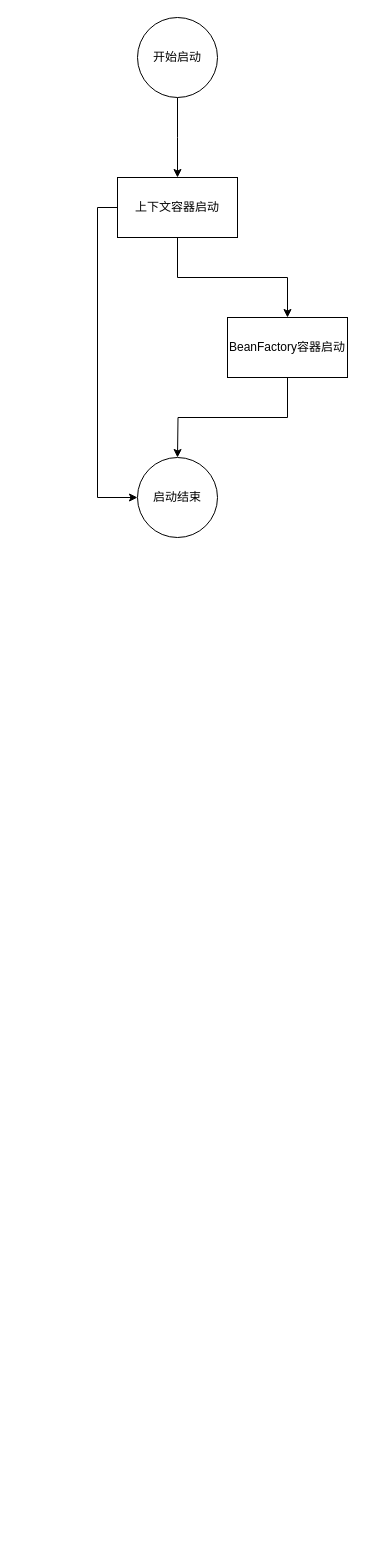
QQ1350995917/gitbook keeps this draw.io diagram as spring/drawio/spring-ioc.drawio. Above is the earlier version. Source tidied: cells renumbered, new cells numbered last; positions are measured from the earlier drawing's top-left corner, leaving out a move shared by most shapes. Both pictures are drawn from the tidied source at 100%, with x=0, y=0 at pixel (117, 17).
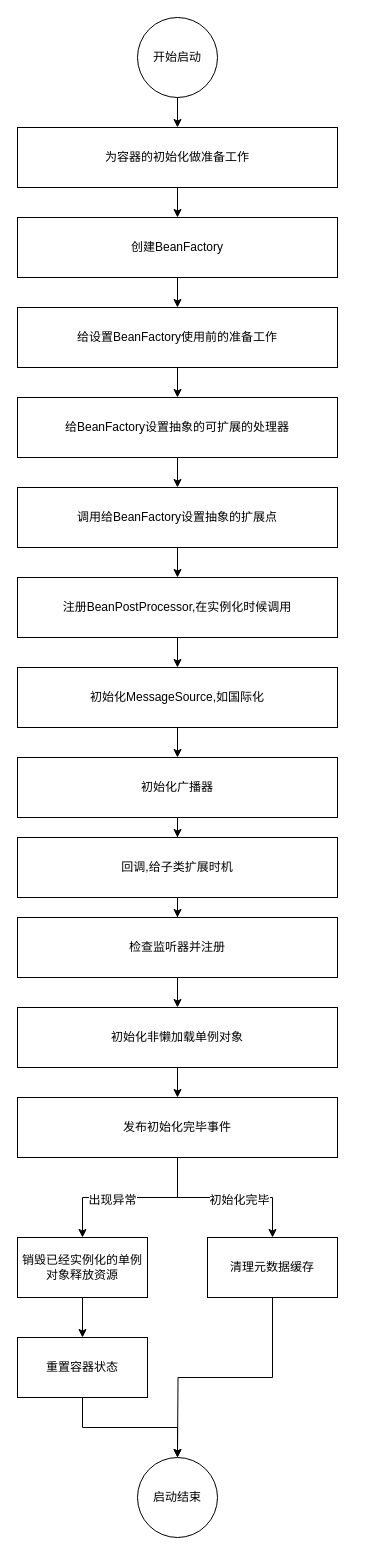
The same page after the edit.

Commit message (it also covers changes not shown here):
Track 2 files into repository.

- modified spring/drawio/spring-ioc.drawio
- untracked spring/images/spring-ioc-starter.jpg

Auto commit by GitBook Editor

The change refers to these unchanged cells:
```xml
<mxCell id="3" value="开始启动" style="ellipse;whiteSpace=wrap;html=1;fontSize=12;" parent="1" vertex="1">
  <mxGeometry x="20" width="80" height="80" as="geometry" />
</mxCell>
```

Diff of the diagram source:
```diff
@@
-    <mxCell id="2" style="edgeStyle=orthogonalEdgeStyle;rounded=0;html=1;jettySize=auto;fontSize=12;" parent="1" edge="1" source="3">
-      <mxGeometry relative="1" as="geometry">
-        <mxPoint x="60" y="160" as="targetPoint" />
-      </mxGeometry>
-    </mxCell>
@@
-    <mxCell id="4" style="edgeStyle=orthogonalEdgeStyle;rounded=0;html=1;jettySize=auto;fontSize=12;" parent="1" edge="1" source="6" target="8">
-      <mxGeometry relative="1" as="geometry" />
-    </mxCell>
-    <mxCell id="5" style="edgeStyle=orthogonalEdgeStyle;rounded=0;html=1;exitX=0;exitY=0.5;entryX=0;entryY=0.5;jettySize=auto;fontSize=12;" parent="1" edge="1" source="6" target="9">
-      <mxGeometry relative="1" as="geometry" />
-    </mxCell>
+    <mxCell id="9" value="启动结束" style="ellipse;whiteSpace=wrap;html=1;fontSize=12;" parent="1" vertex="1">
+      <mxGeometry x="20" y="1440" width="80" height="80" as="geometry" />
+    </mxCell>
+    <mxCell id="10" style="edgeStyle=orthogonalEdgeStyle;rounded=0;html=1;jettySize=auto;fontSize=12;" parent="1" edge="1" source="6" target="12">
+      <mxGeometry relative="1" as="geometry" />
+    </mxCell>
-    <mxCell id="6" value="上下文容器启动" style="rounded=0;whiteSpace=wrap;html=1;fontSize=12;" parent="1" vertex="1">
-      <mxGeometry y="160" width="120" height="60" as="geometry" />
+    <mxCell id="6" value="为容器的初始化做准备工作" style="rounded=0;whiteSpace=wrap;html=1;fontSize=12;" parent="1" vertex="1">
+      <mxGeometry x="-100" y="110" width="320" height="60" as="geometry" />
     </mxCell>
-    <mxCell id="7" style="edgeStyle=orthogonalEdgeStyle;rounded=0;html=1;jettySize=auto;fontSize=12;exitX=0.5;exitY=1;" parent="1" edge="1" source="8">
-      <mxGeometry relative="1" as="geometry">
-        <mxPoint x="60" y="440" as="targetPoint" />
-      </mxGeometry>
-    </mxCell>
-    <mxCell id="8" value="BeanFactory容器启动" style="rounded=0;whiteSpace=wrap;html=1;fontSize=12;" parent="1" vertex="1">
-      <mxGeometry x="110" y="300" width="120" height="60" as="geometry" />
-    </mxCell>
-    <mxCell id="9" value="启动结束" style="ellipse;whiteSpace=wrap;html=1;fontSize=12;" parent="1" vertex="1">
-      <mxGeometry x="20" y="440" width="80" height="80" as="geometry" />
-    </mxCell>
+    <mxCell id="11" style="edgeStyle=orthogonalEdgeStyle;rounded=0;html=1;jettySize=auto;fontSize=12;" parent="1" edge="1" source="12" target="14">
+      <mxGeometry relative="1" as="geometry" />
+    </mxCell>
+    <mxCell id="12" value="创建BeanFactory" style="rounded=0;whiteSpace=wrap;html=1;fontSize=12;" parent="1" vertex="1">
+      <mxGeometry x="-100" y="200" width="320" height="60" as="geometry" />
+    </mxCell>
+    <mxCell id="13" style="edgeStyle=orthogonalEdgeStyle;rounded=0;html=1;jettySize=auto;fontSize=12;" parent="1" edge="1" source="14" target="16">
+      <mxGeometry relative="1" as="geometry" />
+    </mxCell>
+    <mxCell id="14" value="&lt;span&gt;给设置BeanFactory使用前的准备工作&lt;/span&gt;" style="rounded=0;whiteSpace=wrap;html=1;fontSize=12;" parent="1" vertex="1">
+      <mxGeometry x="-100" y="290" width="320" height="60" as="geometry" />
+    </mxCell>
+    <mxCell id="15" style="edgeStyle=orthogonalEdgeStyle;rounded=0;html=1;jettySize=auto;fontSize=12;" parent="1" edge="1" source="16" target="18">
+      <mxGeometry relative="1" as="geometry" />
+    </mxCell>
+    <mxCell id="16" value="&lt;div&gt;&lt;/div&gt;给BeanFactory设置抽象的可扩展的处理器&lt;br&gt;" style="rounded=0;whiteSpace=wrap;html=1;fontSize=12;" parent="1" vertex="1">
+      <mxGeometry x="-100" y="380" width="320" height="60" as="geometry" />
+    </mxCell>
+    <mxCell id="17" style="edgeStyle=orthogonalEdgeStyle;rounded=0;html=1;jettySize=auto;fontSize=12;" parent="1" edge="1" source="18" target="20">
+      <mxGeometry relative="1" as="geometry" />
+    </mxCell>
+    <mxCell id="18" value="&lt;div&gt;&lt;/div&gt;&lt;div&gt;&lt;/div&gt;调用给BeanFactory设置抽象的扩展点&lt;br&gt;" style="rounded=0;whiteSpace=wrap;html=1;fontSize=12;" parent="1" vertex="1">
+      <mxGeometry x="-100" y="470" width="320" height="60" as="geometry" />
+    </mxCell>
+    <mxCell id="19" style="edgeStyle=orthogonalEdgeStyle;rounded=0;html=1;jettySize=auto;fontSize=12;" parent="1" edge="1" source="20" target="22">
+      <mxGeometry relative="1" as="geometry" />
+    </mxCell>
+    <mxCell id="20" value="&lt;div&gt;&lt;/div&gt;&lt;div&gt;&lt;/div&gt;&lt;span&gt;注册BeanPostProcessor,在实例化时候调用&lt;/span&gt;&lt;br&gt;" style="rounded=0;whiteSpace=wrap;html=1;fontSize=12;" parent="1" vertex="1">
+      <mxGeometry x="-100" y="560" width="320" height="60" as="geometry" />
+    </mxCell>
+    <mxCell id="21" style="edgeStyle=orthogonalEdgeStyle;rounded=0;html=1;jettySize=auto;fontSize=12;" parent="1" edge="1" source="22" target="24">
+      <mxGeometry relative="1" as="geometry" />
+    </mxCell>
+    <mxCell id="22" value="&lt;div&gt;&lt;/div&gt;&lt;div&gt;&lt;/div&gt;&lt;span&gt;初始化MessageSource,如国际化&lt;/span&gt;&lt;br&gt;" style="rounded=0;whiteSpace=wrap;html=1;fontSize=12;" parent="1" vertex="1">
+      <mxGeometry x="-100" y="650" width="320" height="60" as="geometry" />
+    </mxCell>
+    <mxCell id="23" style="edgeStyle=orthogonalEdgeStyle;rounded=0;html=1;jettySize=auto;fontSize=12;" parent="1" edge="1" source="24" target="26">
+      <mxGeometry relative="1" as="geometry" />
+    </mxCell>
+    <mxCell id="24" value="&lt;div&gt;&lt;/div&gt;&lt;div&gt;&lt;/div&gt;&lt;span&gt;初始化广播器&lt;/span&gt;&lt;br&gt;" style="rounded=0;whiteSpace=wrap;html=1;fontSize=12;" parent="1" vertex="1">
+      <mxGeometry x="-100" y="740" width="320" height="60" as="geometry" />
+    </mxCell>
+    <mxCell id="25" style="edgeStyle=orthogonalEdgeStyle;rounded=0;html=1;jettySize=auto;fontSize=12;" parent="1" edge="1" source="26" target="28">
+      <mxGeometry relative="1" as="geometry" />
+    </mxCell>
+    <mxCell id="26" value="&lt;div&gt;&lt;/div&gt;&lt;div&gt;&lt;/div&gt;&lt;span&gt;回调,给子类扩展时机&lt;/span&gt;&lt;br&gt;" style="rounded=0;whiteSpace=wrap;html=1;fontSize=12;" parent="1" vertex="1">
+      <mxGeometry x="-100" y="820" width="320" height="60" as="geometry" />
+    </mxCell>
+    <mxCell id="27" style="edgeStyle=orthogonalEdgeStyle;rounded=0;html=1;jettySize=auto;fontSize=12;" parent="1" edge="1" source="28" target="30">
+      <mxGeometry relative="1" as="geometry" />
+    </mxCell>
+    <mxCell id="28" value="&lt;div&gt;&lt;/div&gt;&lt;div&gt;&lt;/div&gt;&lt;span&gt;检查监听器并注册&lt;/span&gt;&lt;br&gt;" style="rounded=0;whiteSpace=wrap;html=1;fontSize=12;" parent="1" vertex="1">
+      <mxGeometry x="-100" y="900" width="320" height="60" as="geometry" />
+    </mxCell>
+    <mxCell id="29" style="edgeStyle=orthogonalEdgeStyle;rounded=0;html=1;jettySize=auto;fontSize=12;" parent="1" edge="1" source="30" target="35">
+      <mxGeometry relative="1" as="geometry" />
+    </mxCell>
+    <mxCell id="30" value="&lt;div&gt;&lt;/div&gt;&lt;div&gt;&lt;/div&gt;&lt;span&gt;初始化非懒加载单例对象&lt;/span&gt;&lt;br&gt;" style="rounded=0;whiteSpace=wrap;html=1;fontSize=12;" parent="1" vertex="1">
+      <mxGeometry x="-100" y="990" width="320" height="60" as="geometry" />
+    </mxCell>
+    <mxCell id="31" style="edgeStyle=orthogonalEdgeStyle;rounded=0;html=1;jettySize=auto;fontSize=12;" parent="1" edge="1" source="35" target="37">
+      <mxGeometry relative="1" as="geometry" />
+    </mxCell>
+    <mxCell id="32" value="出现异常" style="text;html=1;align=center;verticalAlign=middle;labelBackgroundColor=#ffffff;fontSize=12;" parent="31" vertex="1">
+      <mxGeometry x="0.21" y="2" relative="1" as="geometry" />
+    </mxCell>
+    <mxCell id="33" style="edgeStyle=orthogonalEdgeStyle;rounded=0;html=1;exitX=0.5;exitY=1;entryX=0.5;entryY=0;jettySize=auto;fontSize=12;" parent="1" edge="1" source="35" target="42">
+      <mxGeometry relative="1" as="geometry" />
+    </mxCell>
+    <mxCell id="34" value="初始化完毕" style="text;html=1;align=center;verticalAlign=middle;labelBackgroundColor=#ffffff;fontSize=12;" parent="33" vertex="1">
+      <mxGeometry x="0.15" y="-2" relative="1" as="geometry" />
+    </mxCell>
+    <mxCell id="35" value="&lt;div&gt;&lt;/div&gt;&lt;div&gt;&lt;/div&gt;&lt;span&gt;发布初始化完毕事件&lt;/span&gt;&lt;br&gt;" style="rounded=0;whiteSpace=wrap;html=1;fontSize=12;" parent="1" vertex="1">
+      <mxGeometry x="-100" y="1080" width="320" height="60" as="geometry" />
+    </mxCell>
+    <mxCell id="36" style="edgeStyle=orthogonalEdgeStyle;rounded=0;html=1;jettySize=auto;fontSize=12;" parent="1" edge="1" source="37" target="39">
+      <mxGeometry relative="1" as="geometry" />
+    </mxCell>
+    <mxCell id="37" value="&lt;div&gt;&lt;/div&gt;&lt;div&gt;&lt;/div&gt;&lt;span&gt;销毁已经实例化的单例对象释放资源&lt;/span&gt;&lt;br&gt;" style="rounded=0;whiteSpace=wrap;html=1;fontSize=12;" parent="1" vertex="1">
+      <mxGeometry x="-100" y="1220" width="130" height="60" as="geometry" />
+    </mxCell>
+    <mxCell id="38" style="edgeStyle=orthogonalEdgeStyle;rounded=0;html=1;exitX=0.5;exitY=1;entryX=0.5;entryY=0;jettySize=auto;fontSize=12;" parent="1" edge="1" source="39" target="9">
+      <mxGeometry relative="1" as="geometry" />
+    </mxCell>
+    <mxCell id="39" value="&lt;div&gt;&lt;/div&gt;&lt;div&gt;&lt;/div&gt;&lt;span&gt;重置容器状态&lt;/span&gt;&lt;br&gt;" style="rounded=0;whiteSpace=wrap;html=1;fontSize=12;" parent="1" vertex="1">
+      <mxGeometry x="-100" y="1320" width="130" height="60" as="geometry" />
+    </mxCell>
+    <mxCell id="40" style="edgeStyle=orthogonalEdgeStyle;rounded=0;html=1;jettySize=auto;fontSize=12;" parent="1" edge="1" source="3" target="6">
+      <mxGeometry relative="1" as="geometry" />
+    </mxCell>
+    <mxCell id="41" style="edgeStyle=orthogonalEdgeStyle;rounded=0;html=1;exitX=0.5;exitY=1;jettySize=auto;fontSize=12;" parent="1" edge="1" source="42">
+      <mxGeometry relative="1" as="geometry">
+        <mxPoint x="60" y="1440" as="targetPoint" />
+      </mxGeometry>
+    </mxCell>
+    <mxCell id="42" value="&lt;div&gt;&lt;/div&gt;&lt;div&gt;&lt;/div&gt;&lt;span&gt;清理元数据缓存&lt;/span&gt;&lt;br&gt;" style="rounded=0;whiteSpace=wrap;html=1;fontSize=12;" parent="1" vertex="1">
+      <mxGeometry x="90" y="1220" width="130" height="60" as="geometry" />
+    </mxCell>
```
